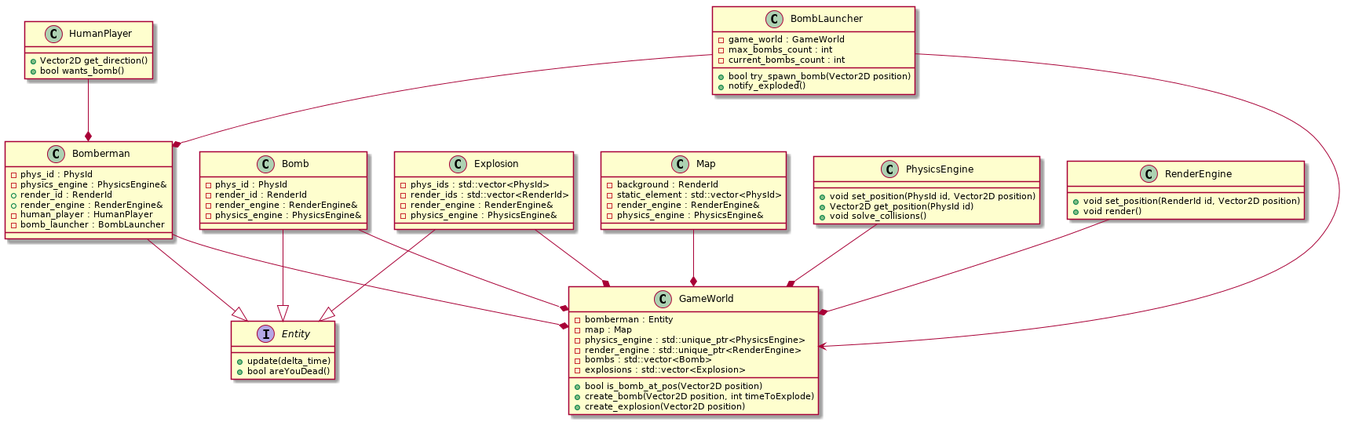
Before: docs/img/class_diagram.png, a diagram exported from PlantUML (NadzwyczajnaGrupaRobocza/bomberman). Source of this version:
```plantuml
@startuml

interface Entity {
+ update(delta_time)
+ bool areYouDead()
}

class Bomberman {
- phys_id : PhysId
- physics_engine : PhysicsEngine&
+ render_id : RenderId
+ render_engine : RenderEngine&
- human_player : HumanPlayer
- bomb_launcher : BombLauncher
}

class GameWorld {
- bomberman : Entity
- map : Map
- physics_engine : std::unique_ptr<PhysicsEngine>
- render_engine : std::unique_ptr<RenderEngine>
- bombs : std::vector<Bomb>
- explosions : std::vector<Explosion>
+ bool is_bomb_at_pos(Vector2D position)
+ create_bomb(Vector2D position, int timeToExplode)
+ create_explosion(Vector2D position)
}

class HumanPlayer {
+ Vector2D get_direction()
+ bool wants_bomb()
}

class BombLauncher {
- game_world : GameWorld
- max_bombs_count : int
- current_bombs_count : int
+ bool try_spawn_bomb(Vector2D position)
+ notify_exploded()
}

class Map {
- background : RenderId
- static_element : std::vector<PhysId>
- render_engine : RenderEngine&
- physics_engine : PhysicsEngine&
}

class PhysicsEngine{
+ void set_position(PhysId id, Vector2D position)
+ Vector2D get_position(PhysId id)
+ void solve_collisions()
}

class RenderEngine{
+ void set_position(RenderId id, Vector2D position)
+ void render()
}

class Bomb {
- phys_id : PhysId
- render_id : RenderId
- render_engine : RenderEngine&
- physics_engine : PhysicsEngine&
}

class Explosion {
- phys_ids : std::vector<PhysId>
- render_ids : std::vector<RenderId>
- render_engine : RenderEngine&
- physics_engine : PhysicsEngine&
}

Bomberman --|> Entity
Bomb --|> Entity
Explosion --|> Entity

Bomberman --* GameWorld
Bomb --* GameWorld
Explosion --* GameWorld

HumanPlayer --* Bomberman

BombLauncher --> GameWorld
BombLauncher --* Bomberman


Map --* GameWorld

RenderEngine --* GameWorld
PhysicsEngine --* GameWorld

@enduml
```
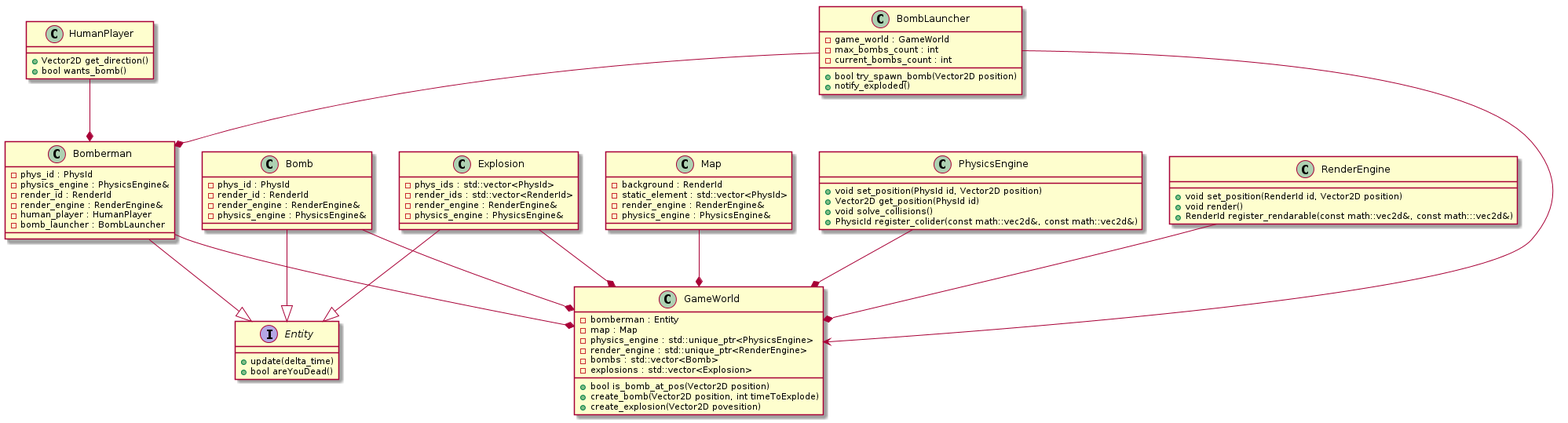
The same diagram one commit later.

Diff of the diagram source:
```diff
@@ -8,8 +8,8 @@
 class Bomberman {
 - phys_id : PhysId
 - physics_engine : PhysicsEngine&
-+ render_id : RenderId
-+ render_engine : RenderEngine&
+- render_id : RenderId
+- render_engine : RenderEngine&
 - human_player : HumanPlayer
 - bomb_launcher : BombLauncher
 }
@@ -23,7 +23,7 @@
 - explosions : std::vector<Explosion>
 + bool is_bomb_at_pos(Vector2D position)
 + create_bomb(Vector2D position, int timeToExplode)
-+ create_explosion(Vector2D position)
++ create_explosion(Vector2D povesition)
 }
 
 class HumanPlayer {
@@ -50,11 +50,13 @@
 + void set_position(PhysId id, Vector2D position)
 + Vector2D get_position(PhysId id)
 + void solve_collisions()
++ PhysicId register_colider(const math::vec2d&, const math::vec2d&)
 }
 
 class RenderEngine{
 + void set_position(RenderId id, Vector2D position)
 + void render()
++ RenderId register_rendarable(const math::vec2d&, const math:::vec2d&)
 }
 
 class Bomb {
```
